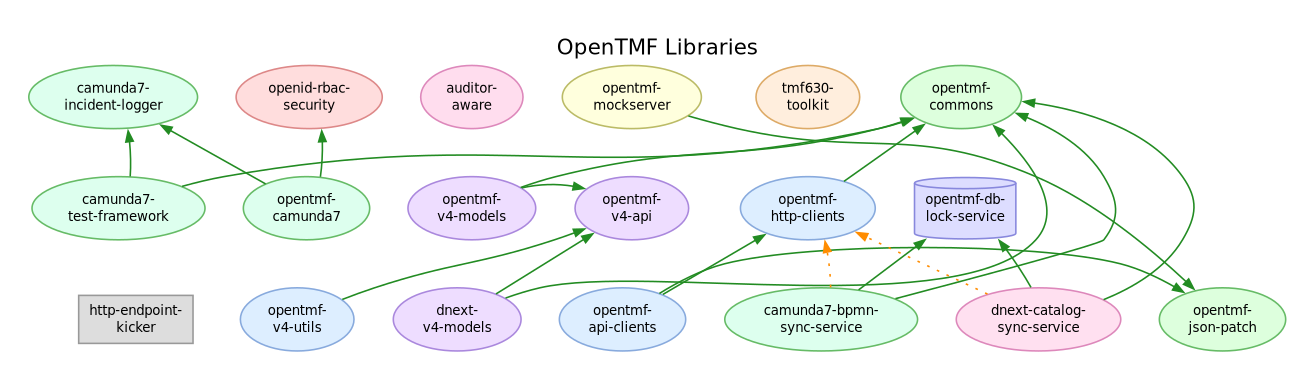
This is module-dependencies.png from opentmf/opentmf-versions, a PlantUML export, as it was before one commit. Its source is kept beside it as module-dependencies.puml. The source it was exported from:
```plantuml
@startdot
digraph G {

  label="OpenTMF Libraries";
  labelloc=t;
  fontsize=16;
  fontname="Helvetica";
  rankdir=TB;
  nodesep=0.4;
  ranksep=0.5;
  pad=0.3;

  node [fontsize=10, fontname="Helvetica", style=filled, penwidth=1.2];
  edge [penwidth=1.2, arrowsize=0.8];

  /* ── Row 1 ── */
  incident    [label="camunda7-\nincident-logger",   shape=ellipse,   fillcolor="#DDFFEE", color="#66BB66"];
  security    [label="openid-rbac-\nsecurity",       shape=ellipse,   fillcolor="#FFDDDD", color="#DD8888"];
  auditor     [label="auditor-\naware",          shape=ellipse,   fillcolor="#FFDDEE", color="#DD88BB"];
  mockserver  [label="opentmf-\nmockserver",         shape=ellipse,   fillcolor="#FFFFDD", color="#BBBB66"];
  toolkit     [label="tmf630-\ntoolkit",             shape=ellipse,   fillcolor="#FFEEDD", color="#DDAA66"];
  commons     [label="opentmf-\ncommons",            shape=ellipse,   fillcolor="#DDFFDD", color="#66BB66"];

  /* ── Row 2 ── */
  testfw      [label="camunda7-\ntest-framework",    shape=ellipse,   fillcolor="#DDFFEE", color="#66BB66"];
  camunda7    [label="opentmf-\ncamunda7",           shape=ellipse,   fillcolor="#DDFFEE", color="#66BB66"];
  v4models    [label="opentmf-\nv4-models",          shape=ellipse,   fillcolor="#EEDDFF", color="#AA88DD"];
  v4api       [label="opentmf-\nv4-api",             shape=ellipse,   fillcolor="#EEDDFF", color="#AA88DD"];
  httpclients [label="opentmf-\nhttp-clients",       shape=ellipse,   fillcolor="#DDEEFF", color="#88AADD"];
  dblock      [label="opentmf-db-\nlock-service",    shape=cylinder,  fillcolor="#DDDDFF", color="#8888DD"];

  /* ── Row 3 ── */
  kicker      [label="http-endpoint-\nkicker",       shape=box,       fillcolor="#DDDDDD", color="#999999"];
  v4utils     [label="opentmf-\nv4-utils",           shape=ellipse,   fillcolor="#DDEEFF", color="#88AADD"];
  dnextmodels [label="dnext-\nv4-models",            shape=ellipse,   fillcolor="#EEDDFF", color="#AA88DD"];
  apiclients  [label="opentmf-\napi-clients",        shape=ellipse,   fillcolor="#DDEEFF", color="#88AADD"];
  bpmnsync    [label="camunda7-bpmn-\nsync-service",  shape=ellipse,   fillcolor="#DDFFEE", color="#66BB66"];
  catsync     [label="dnext-catalog-\nsync-service",  shape=ellipse,   fillcolor="#FFE0F0", color="#DD88BB"];
  jsonpatch   [label="opentmf-\njson-patch",         shape=ellipse,   fillcolor="#DDFFDD", color="#66BB66"];

  /* ── Force rows with rank=same ── */
  { rank=same; incident; security; auditor; mockserver; toolkit; commons; }
  { rank=same; testfw; camunda7; v4models; v4api; httpclients; dblock; }
  { rank=same; kicker; v4utils; dnextmodels; apiclients; bpmnsync; catsync; jsonpatch; }

  /* ── Invisible edges for horizontal ordering within rows ── */
  edge [style=invis, constraint=true];
  incident  -> security  -> auditor -> mockserver -> toolkit -> commons;
  testfw -> camunda7 -> v4models -> v4api -> httpclients -> dblock;
  kicker -> v4utils -> dnextmodels -> apiclients -> bpmnsync -> catsync -> jsonpatch;

  /* ── Invisible edges for vertical row separation ── */
  incident -> testfw;
  security -> camunda7;
  auditor -> v4models;
  mockserver -> v4api;
  toolkit -> httpclients;
  commons -> dblock;

  testfw -> kicker;
  camunda7 -> v4utils;
  v4models -> dnextmodels;
  v4api -> apiclients;
  httpclients -> bpmnsync;
  dblock -> catsync;

  /* ── Compile (solid green) ── */
  edge [style=solid, color="#228B22", constraint=false];
  testfw      -> incident;
  testfw      -> commons;
  camunda7    -> incident;
  camunda7    -> security;
  v4models    -> commons;
  v4models    -> v4api;
  httpclients -> commons;
  mockserver  -> jsonpatch;
  apiclients  -> httpclients;
  apiclients  -> jsonpatch;
  v4utils     -> v4api;
  dnextmodels -> commons;
  dnextmodels -> v4api;
  bpmnsync    -> commons;
  bpmnsync    -> dblock;
  catsync     -> commons;
  catsync     -> dblock;

  /* ── Optional (dotted orange) ── */
  edge [style=dotted, color="#FF8C00", constraint=false];
  bpmnsync    -> httpclients;
  catsync     -> httpclients;
}
@enddot
```
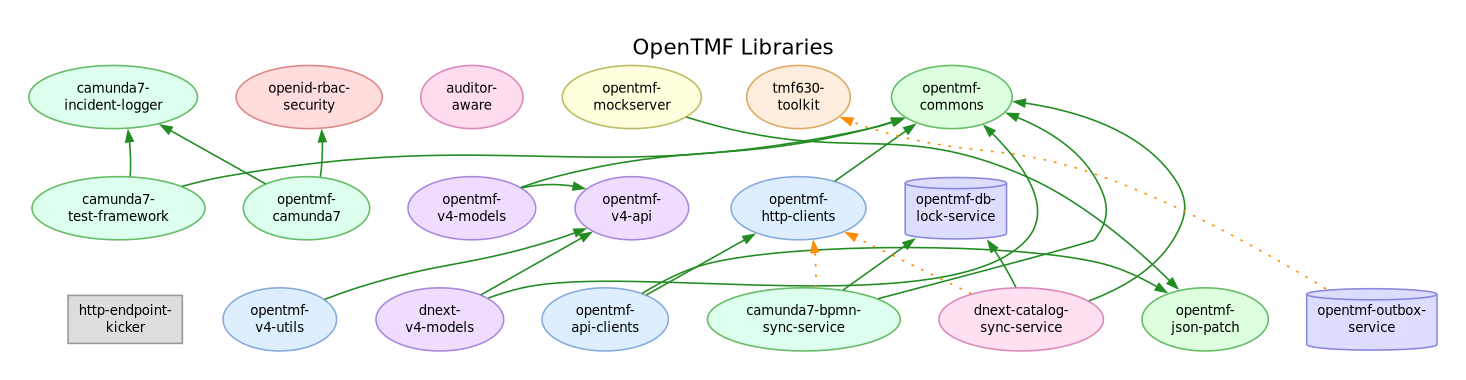
After the change.

Commit message:
feat: add `opentmf-outbox-service` 1.0.0 to the BOM

Change to the diagram source:
```diff
@@ -37,17 +37,18 @@
   bpmnsync    [label="camunda7-bpmn-\nsync-service",  shape=ellipse,   fillcolor="#DDFFEE", color="#66BB66"];
   catsync     [label="dnext-catalog-\nsync-service",  shape=ellipse,   fillcolor="#FFE0F0", color="#DD88BB"];
   jsonpatch   [label="opentmf-\njson-patch",         shape=ellipse,   fillcolor="#DDFFDD", color="#66BB66"];
+  outbox      [label="opentmf-outbox-\nservice",      shape=cylinder,  fillcolor="#DDDDFF", color="#8888DD"];
 
   /* ── Force rows with rank=same ── */
   { rank=same; incident; security; auditor; mockserver; toolkit; commons; }
   { rank=same; testfw; camunda7; v4models; v4api; httpclients; dblock; }
-  { rank=same; kicker; v4utils; dnextmodels; apiclients; bpmnsync; catsync; jsonpatch; }
+  { rank=same; kicker; v4utils; dnextmodels; apiclients; bpmnsync; catsync; jsonpatch; outbox; }
 
   /* ── Invisible edges for horizontal ordering within rows ── */
   edge [style=invis, constraint=true];
   incident  -> security  -> auditor -> mockserver -> toolkit -> commons;
   testfw -> camunda7 -> v4models -> v4api -> httpclients -> dblock;
-  kicker -> v4utils -> dnextmodels -> apiclients -> bpmnsync -> catsync -> jsonpatch;
+  kicker -> v4utils -> dnextmodels -> apiclients -> bpmnsync -> catsync -> jsonpatch -> outbox;
 
   /* ── Invisible edges for vertical row separation ── */
   incident -> testfw;
@@ -88,5 +89,6 @@
   edge [style=dotted, color="#FF8C00", constraint=false];
   bpmnsync    -> httpclients;
   catsync     -> httpclients;
+  outbox      -> toolkit;
 }
 @enddot
```
